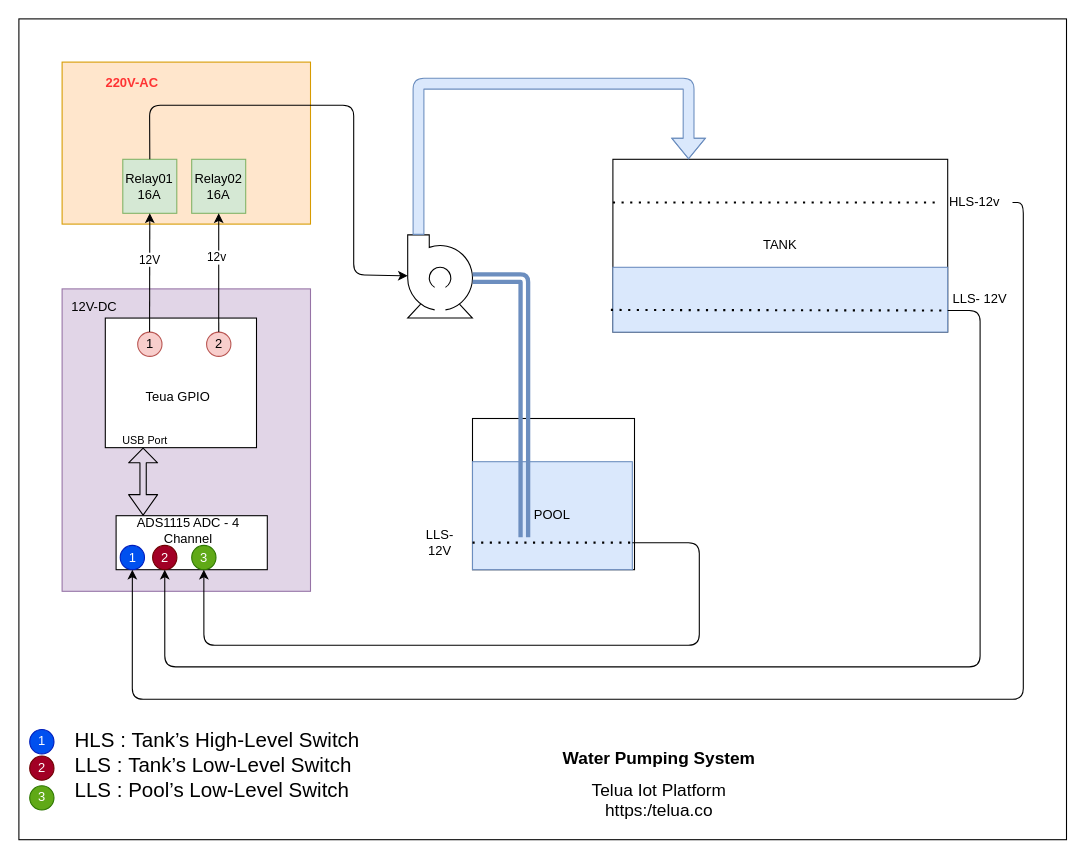
letrthong/uhes_visual_programing_iot keeps this draw.io diagram as plc_Water_Pumping_System/Water_Pumping_System.drawio. Above is the earlier version. Source tidied: cells renumbered, new cells numbered last; positions are measured from the earlier drawing's top-left corner, leaving out a move shared by most shapes. Both pictures are drawn from the tidied source at 108%, with x=0, y=0 at pixel (18, 18).
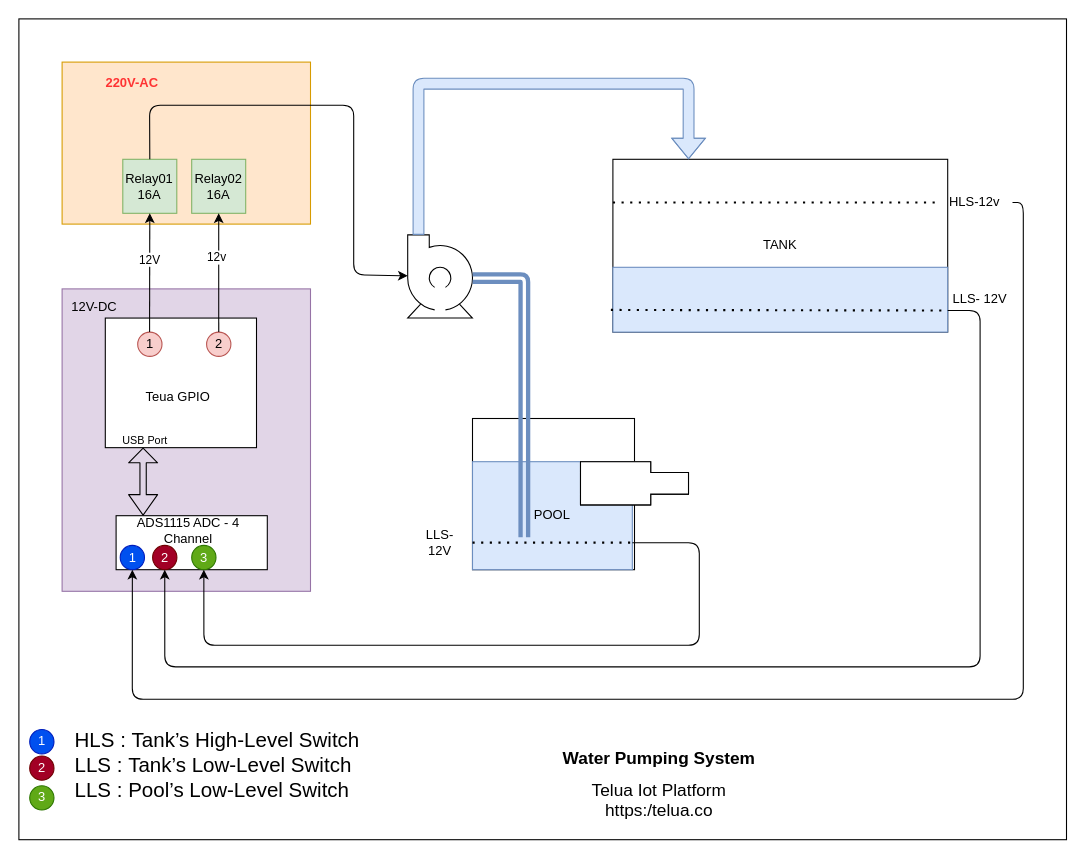
Above is the later version.

What changed in the source:
```diff
@@
+    <mxCell id="46" style="shape=mxgraph.pid.pumps.feed_pump;html=1;align=center;verticalLabelPosition=bottom;verticalAlign=top;dashed=0;" parent="1" vertex="1">
+      <mxGeometry x="520" y="410" width="100" height="40" as="geometry" />
+    </mxCell>
+    <mxCell id="47" style="shape=mxgraph.pid.pumps.feed_pump;html=1;align=center;verticalLabelPosition=bottom;verticalAlign=top;dashed=0;" parent="1" vertex="1">
+      <mxGeometry x="520" y="410" width="100" height="40" as="geometry" />
+    </mxCell>
```
